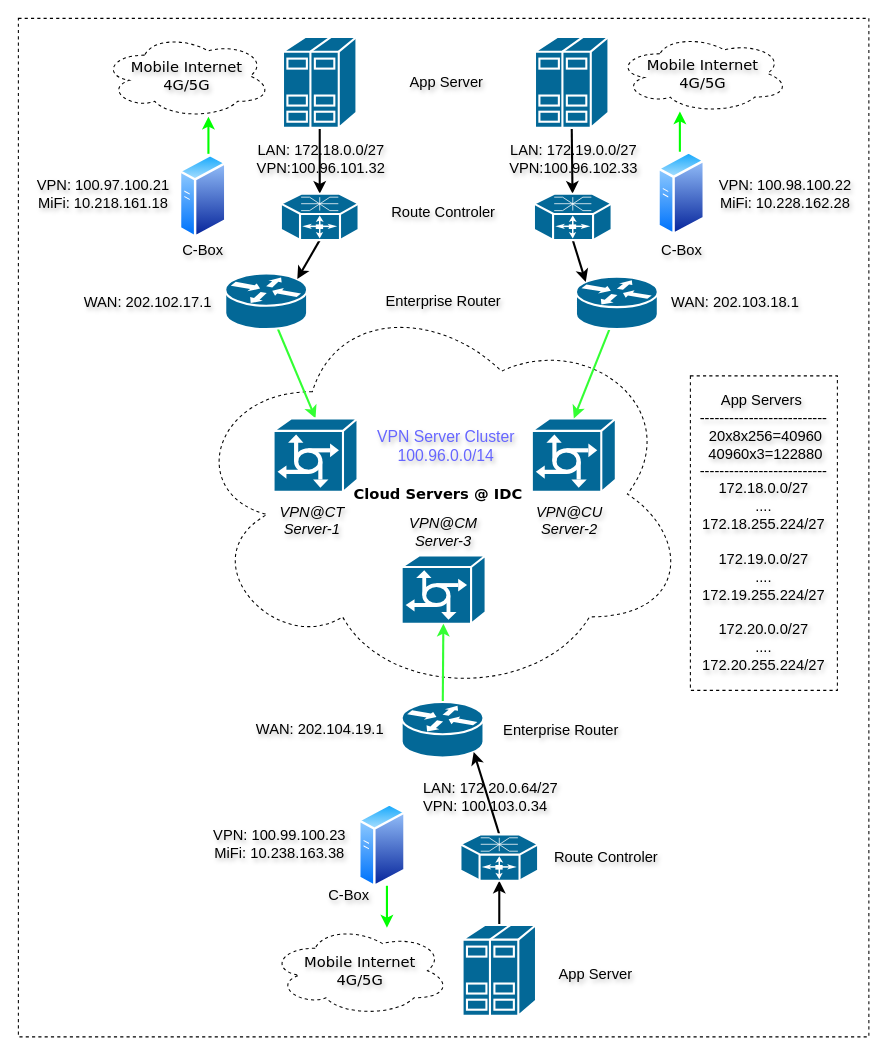
Earlier version of the draw.io diagram Untitled Diagram.drawio (nxtreaming/andy_study). Source tidied: cells renumbered, new cells numbered last; positions are measured from the earlier drawing's top-left corner, leaving out a move shared by most shapes. Both pictures are drawn from the tidied source at 105%, with x=0, y=0 at pixel (18, 18).
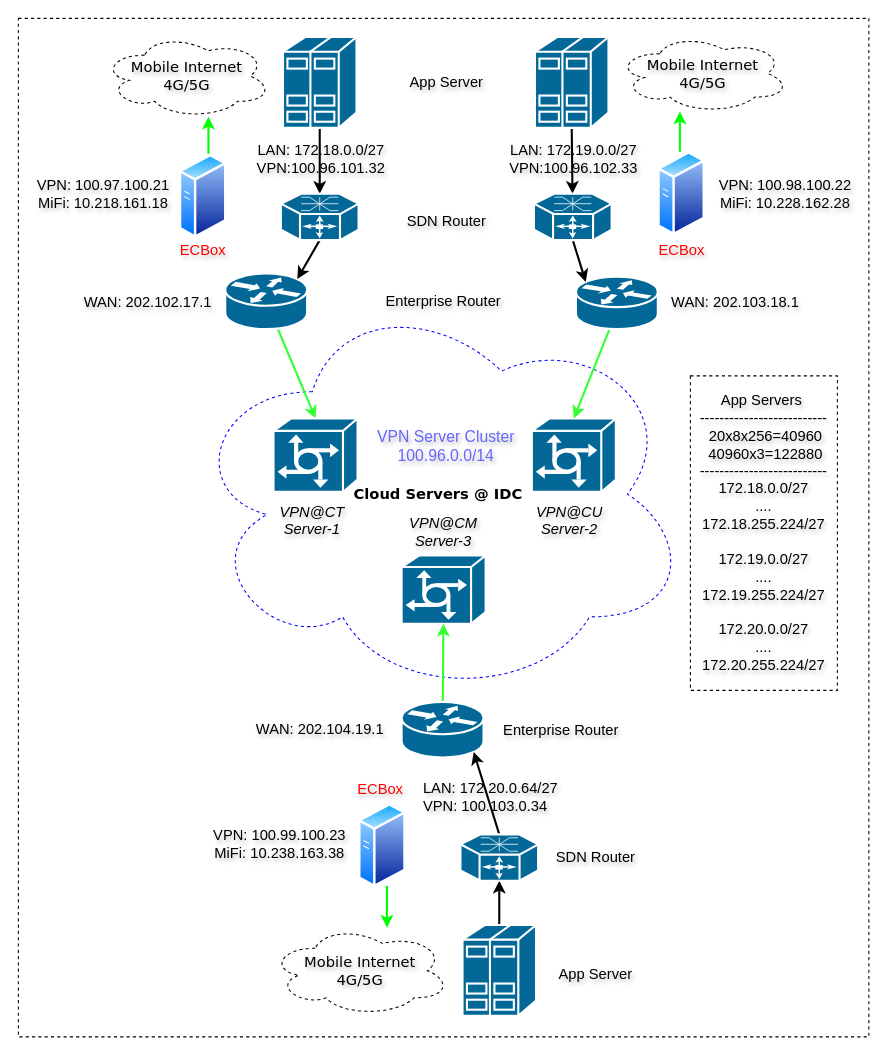
Above is the later version.

Change to the diagram source:
```diff
@@
-    <mxCell id="3" value="&lt;font color=&quot;#000000&quot; style=&quot;font-size: 14px;&quot;&gt;&lt;b style=&quot;&quot;&gt;Cloud Servers @ IDC&lt;/b&gt;&lt;/font&gt;" style="ellipse;shape=cloud;whiteSpace=wrap;html=1;rounded=0;shadow=0;comic=0;strokeWidth=1;fontFamily=Verdana;fontSize=12;fontColor=#9933FF;dashed=1;" parent="1" vertex="1">
+    <mxCell id="3" value="&lt;font color=&quot;#000000&quot; style=&quot;font-size: 14px;&quot;&gt;&lt;b style=&quot;&quot;&gt;Cloud Servers @ IDC&lt;/b&gt;&lt;/font&gt;" style="ellipse;shape=cloud;whiteSpace=wrap;html=1;rounded=0;shadow=0;comic=0;strokeWidth=1;fontFamily=Verdana;fontSize=12;fontColor=#9933FF;dashed=1;strokeColor=#0000FF;" parent="1" vertex="1">
       <mxGeometry x="160" y="258" width="480" height="390" as="geometry" />
     </mxCell>
@@
-    <mxCell id="41" value="&lt;div&gt;&lt;span style=&quot;font-size: 14px;&quot;&gt;Route&lt;/span&gt;&lt;span style=&quot;font-size: 14px; background-color: initial;&quot;&gt;&amp;nbsp;Controler&lt;/span&gt;&lt;/div&gt;" style="text;strokeColor=#FFFFFF;align=center;fillColor=#FFFFFF;html=1;verticalAlign=middle;whiteSpace=wrap;rounded=0;fontColor=#000000;textShadow=1;" parent="1" vertex="1">
-      <mxGeometry x="350" y="170" width="110" height="30" as="geometry" />
+    <mxCell id="41" value="&lt;div&gt;&lt;span style=&quot;font-size: 14px; background-color: initial;&quot;&gt;SDN Router&lt;/span&gt;&lt;/div&gt;" style="text;strokeColor=#FFFFFF;align=center;fillColor=#FFFFFF;html=1;verticalAlign=middle;whiteSpace=wrap;rounded=0;fontColor=#000000;textShadow=1;" parent="1" vertex="1">
+      <mxGeometry x="362.5" y="177.5" width="90" height="30" as="geometry" />
     </mxCell>
@@
-    <mxCell id="45" value="&lt;span style=&quot;font-size: 14px; background-color: initial;&quot;&gt;Route Controler&lt;/span&gt;" style="text;strokeColor=none;align=center;fillColor=#FFFFFF;html=1;verticalAlign=middle;whiteSpace=wrap;rounded=0;fontColor=#000000;textShadow=1;" parent="1" vertex="1">
-      <mxGeometry x="500" y="784.2" width="120" height="30" as="geometry" />
+    <mxCell id="45" value="&lt;span style=&quot;font-size: 14px; background-color: initial;&quot;&gt;SDN Router&lt;/span&gt;" style="text;strokeColor=none;align=center;fillColor=#FFFFFF;html=1;verticalAlign=middle;whiteSpace=wrap;rounded=0;fontColor=#000000;textShadow=1;" parent="1" vertex="1">
+      <mxGeometry x="505" y="784.2" width="90" height="30" as="geometry" />
     </mxCell>
@@
-    <mxCell id="55" value="&lt;font style=&quot;font-size: 14px;&quot;&gt;C-Box&lt;/font&gt;" style="text;strokeColor=none;align=center;fillColor=none;html=1;verticalAlign=middle;whiteSpace=wrap;rounded=0;textShadow=1;" parent="1" vertex="1">
+    <mxCell id="55" value="&lt;font color=&quot;#ff0000&quot; style=&quot;font-size: 14px;&quot;&gt;ECBox&lt;/font&gt;" style="text;strokeColor=none;align=center;fillColor=none;html=1;verticalAlign=middle;whiteSpace=wrap;rounded=0;textShadow=1;" parent="1" vertex="1">
       <mxGeometry x="146" y="207.5" width="60" height="26.5" as="geometry" />
     </mxCell>
-    <mxCell id="56" value="&lt;font style=&quot;font-size: 14px;&quot;&gt;C-Box&lt;/font&gt;" style="text;strokeColor=none;align=center;fillColor=none;html=1;verticalAlign=middle;whiteSpace=wrap;rounded=0;textShadow=1;" parent="1" vertex="1">
-      <mxGeometry x="285" y="821.4" width="60" height="26.5" as="geometry" />
+    <mxCell id="56" value="&lt;font color=&quot;#ff0000&quot; style=&quot;font-size: 14px;&quot;&gt;ECBox&lt;/font&gt;" style="text;strokeColor=none;align=center;fillColor=none;html=1;verticalAlign=middle;whiteSpace=wrap;rounded=0;textShadow=1;" parent="1" vertex="1">
+      <mxGeometry x="315" y="720.9" width="60" height="26.5" as="geometry" />
     </mxCell>
-    <mxCell id="57" value="&lt;font style=&quot;font-size: 14px;&quot;&gt;C-Box&lt;/font&gt;" style="text;strokeColor=none;align=center;fillColor=none;html=1;verticalAlign=middle;whiteSpace=wrap;rounded=0;textShadow=1;" parent="1" vertex="1">
+    <mxCell id="57" value="&lt;font color=&quot;#ff0000&quot; style=&quot;font-size: 14px;&quot;&gt;ECBox&lt;/font&gt;" style="text;strokeColor=none;align=center;fillColor=none;html=1;verticalAlign=middle;whiteSpace=wrap;rounded=0;textShadow=1;" parent="1" vertex="1">
       <mxGeometry x="601.7" y="207.5" width="60" height="26.5" as="geometry" />
     </mxCell>
```
